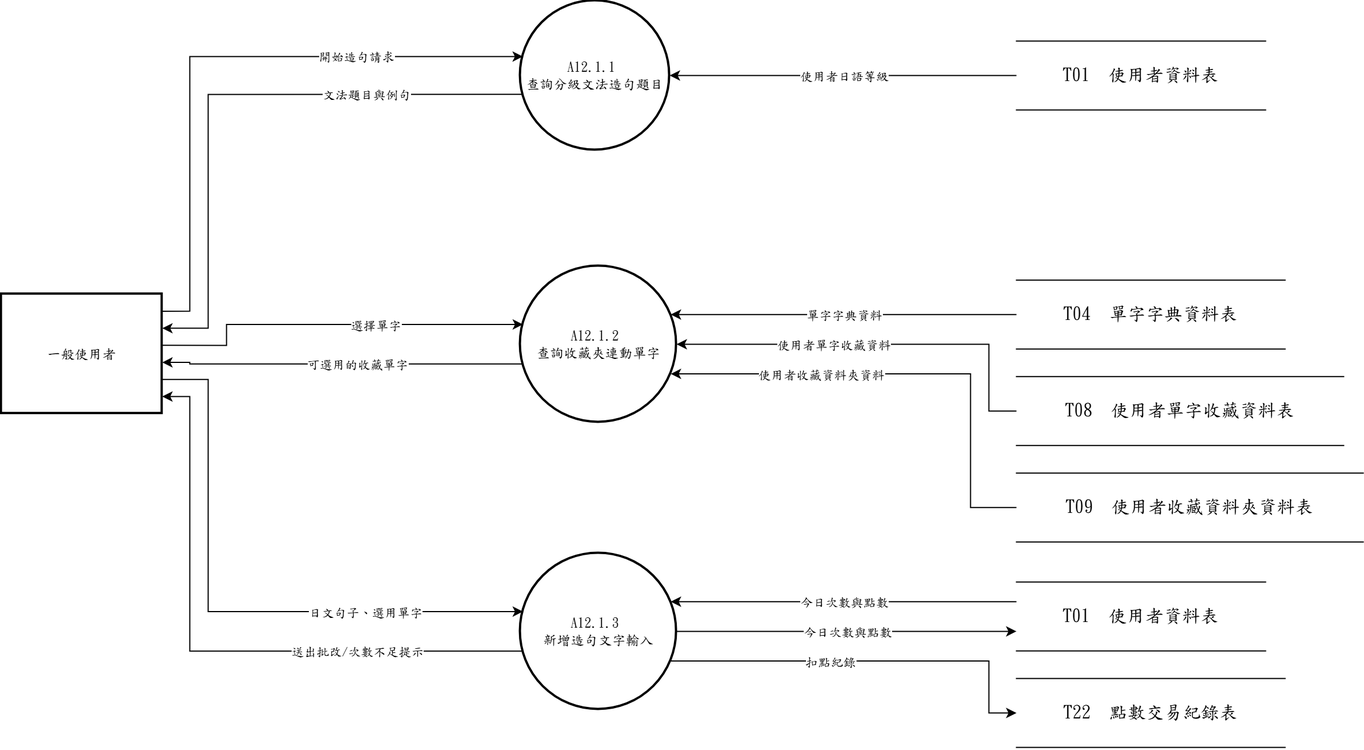
Earlier version of the draw.io export 系統文件/第6章/DFD圖/圖12/圖12-1.drawio.png (s22452007/115502). Source tidied: cells renumbered, new cells last; positions are measured from the earlier drawing's top-left corner, leaving out a move shared by most shapes.
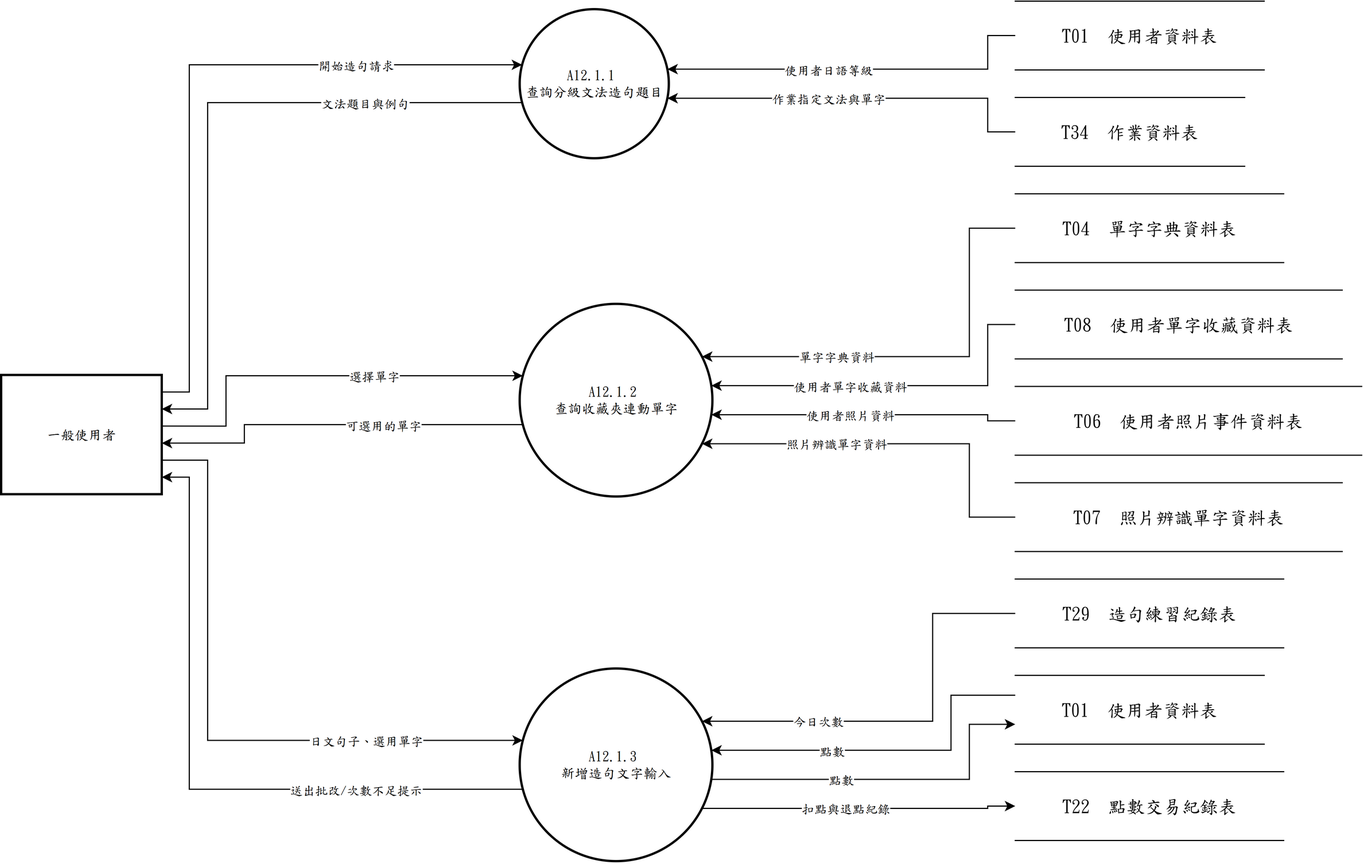
The same file after the commit.

The edit, as a diff of the source:
```diff
@@ -3,157 +3,219 @@
     <mxCell id="0" />
     <mxCell id="1" parent="0" />
     <mxCell id="2" value="A12.1.1&amp;nbsp;&lt;div&gt;查詢分級文法造句題目&lt;/div&gt;" style="ellipse;strokeWidth=2;whiteSpace=wrap;html=1;fontFamily=標楷體;" parent="1" vertex="1">
-      <mxGeometry x="452" width="130" height="130" as="geometry" />
+      <mxGeometry x="452" y="7" width="130" height="130" as="geometry" />
     </mxCell>
     <mxCell id="3" value="A12.1.2&amp;nbsp;&lt;div&gt;查詢收藏夾連動單字&lt;/div&gt;" style="ellipse;strokeWidth=2;whiteSpace=wrap;html=1;fontFamily=標楷體;" parent="1" vertex="1">
-      <mxGeometry x="452" y="231" width="136" height="136" as="geometry" />
+      <mxGeometry x="452" y="264" width="168" height="168" as="geometry" />
     </mxCell>
     <mxCell id="4" value="A12.1.3&amp;nbsp;&lt;div&gt;新增造句文字輸入&lt;/div&gt;" style="ellipse;strokeWidth=2;whiteSpace=wrap;html=1;fontFamily=標楷體;" parent="1" vertex="1">
-      <mxGeometry x="452" y="481" width="136" height="136" as="geometry" />
+      <mxGeometry x="452" y="582" width="168" height="168" as="geometry" />
     </mxCell>
     <mxCell id="5" value="一般使用者" style="whiteSpace=wrap;strokeWidth=2;html=1;fontFamily=標楷體;" parent="1" vertex="1">
-      <mxGeometry y="255.4" width="140" height="104" as="geometry" />
+      <mxGeometry y="326" width="140" height="104" as="geometry" />
     </mxCell>
     <mxCell id="6" value="T01  使用者資料表" style="shape=partialRectangle;whiteSpace=wrap;html=1;left=0;right=0;fontFamily=標楷體;fontSize=16;" parent="1" vertex="1">
-      <mxGeometry x="884" y="35" width="217" height="60" as="geometry" />
+      <mxGeometry x="884" width="217" height="60" as="geometry" />
     </mxCell>
     <mxCell id="7" value="T04  單字字典資料表" style="shape=partialRectangle;whiteSpace=wrap;html=1;left=0;right=0;fontFamily=標楷體;fontSize=16;" parent="1" vertex="1">
-      <mxGeometry x="884" y="243.2" width="234" height="60" as="geometry" />
+      <mxGeometry x="884" y="168" width="234" height="60" as="geometry" />
     </mxCell>
     <mxCell id="8" value="T08  使用者單字收藏資料表" style="shape=partialRectangle;whiteSpace=wrap;html=1;left=0;right=0;fontFamily=標楷體;fontSize=16;" parent="1" vertex="1">
-      <mxGeometry x="884" y="327.2" width="285" height="60" as="geometry" />
+      <mxGeometry x="884" y="252" width="285" height="60" as="geometry" />
     </mxCell>
-    <mxCell id="9" value="T09  使用者收藏資料夾資料表" style="shape=partialRectangle;whiteSpace=wrap;html=1;left=0;right=0;fontFamily=標楷體;fontSize=16;" parent="1" vertex="1">
-      <mxGeometry x="884" y="411.2" width="302" height="60" as="geometry" />
+    <mxCell id="9" value="T06  使用者照片事件資料表" style="shape=partialRectangle;whiteSpace=wrap;html=1;left=0;right=0;fontFamily=標楷體;fontSize=16;" parent="1" vertex="1">
+      <mxGeometry x="884" y="336" width="302" height="60" as="geometry" />
     </mxCell>
     <mxCell id="10" value="T01  使用者資料表" style="shape=partialRectangle;whiteSpace=wrap;html=1;left=0;right=0;fontFamily=標楷體;fontSize=16;" parent="1" vertex="1">
-      <mxGeometry x="884" y="506.1" width="217" height="60" as="geometry" />
+      <mxGeometry x="884" y="588" width="217" height="60" as="geometry" />
     </mxCell>
     <mxCell id="11" value="T22  點數交易紀錄表" style="shape=partialRectangle;whiteSpace=wrap;html=1;left=0;right=0;fontFamily=標楷體;fontSize=16;" parent="1" vertex="1">
-      <mxGeometry x="884" y="590.1" width="234" height="60" as="geometry" />
+      <mxGeometry x="884" y="672" width="234" height="60" as="geometry" />
     </mxCell>
     <mxCell id="12" style="edgeStyle=none;rounded=0;html=1;fontFamily=標楷體;endArrow=classic;exitX=1.0000;exitY=0.1429;exitDx=0;exitDy=0;exitPerimeter=0;entryX=0.0163;entryY=0.3733;entryDx=0;entryDy=0;entryPerimeter=0;" parent="1" edge="1" source="5" target="2">
       <mxGeometry relative="1" as="geometry">
         <Array as="points">
-          <mxPoint x="164" y="270.2" />
-          <mxPoint x="164" y="48.5" />
+          <mxPoint x="164" y="340.9" />
+          <mxPoint x="164" y="55.5" />
         </Array>
       </mxGeometry>
     </mxCell>
     <mxCell id="13" value="開始造句請求" style="edgeLabel;html=1;align=center;verticalAlign=middle;fontFamily=標楷體;" parent="12" vertex="1">
-      <mxGeometry x="0.46" relative="1" as="geometry" />
+      <mxGeometry x="0.52" relative="1" as="geometry" />
     </mxCell>
-    <mxCell id="14" style="edgeStyle=none;rounded=0;html=1;fontFamily=標楷體;endArrow=classic;exitX=0.0000;exitY=0.5000;exitDx=0;exitDy=0;exitPerimeter=0;entryX=1.0000;entryY=0.5000;entryDx=0;entryDy=0;entryPerimeter=0;" parent="1" edge="1" source="6" target="2">
-      <mxGeometry relative="1" as="geometry" />
+    <mxCell id="14" style="edgeStyle=none;rounded=0;html=1;fontFamily=標楷體;endArrow=classic;exitX=0.0000;exitY=0.5000;exitDx=0;exitDy=0;exitPerimeter=0;entryX=0.9904;entryY=0.4026;entryDx=0;entryDy=0;entryPerimeter=0;" parent="1" edge="1" source="6" target="2">
+      <mxGeometry relative="1" as="geometry">
+        <Array as="points">
+          <mxPoint x="860" y="30" />
+          <mxPoint x="860" y="59.3" />
+        </Array>
+      </mxGeometry>
     </mxCell>
     <mxCell id="15" value="使用者日語等級" style="edgeLabel;html=1;align=center;verticalAlign=middle;fontFamily=標楷體;" parent="14" vertex="1">
-      <mxGeometry relative="1" as="geometry" />
+      <mxGeometry x="0.16" relative="1" as="geometry" />
     </mxCell>
     <mxCell id="16" style="edgeStyle=none;rounded=0;html=1;fontFamily=標楷體;endArrow=classic;exitX=0.0163;exitY=0.6267;exitDx=0;exitDy=0;exitPerimeter=0;entryX=1.0000;entryY=0.2857;entryDx=0;entryDy=0;entryPerimeter=0;" parent="1" edge="1" source="2" target="5">
       <mxGeometry relative="1" as="geometry">
         <Array as="points">
-          <mxPoint x="180" y="81.5" />
-          <mxPoint x="180" y="285.1" />
+          <mxPoint x="180" y="88.5" />
+          <mxPoint x="180" y="355.7" />
         </Array>
       </mxGeometry>
     </mxCell>
     <mxCell id="17" value="文法題目與例句" style="edgeLabel;html=1;align=center;verticalAlign=middle;fontFamily=標楷體;" parent="16" vertex="1">
-      <mxGeometry x="-0.47" relative="1" as="geometry" />
+      <mxGeometry x="-0.53" relative="1" as="geometry" />
     </mxCell>
     <mxCell id="18" style="edgeStyle=none;rounded=0;html=1;fontFamily=標楷體;endArrow=classic;exitX=1.0000;exitY=0.4286;exitDx=0;exitDy=0;exitPerimeter=0;entryX=0.0163;entryY=0.3733;entryDx=0;entryDy=0;entryPerimeter=0;" parent="1" edge="1" source="5" target="3">
       <mxGeometry relative="1" as="geometry">
         <Array as="points">
-          <mxPoint x="196" y="300" />
-          <mxPoint x="196" y="281.8" />
+          <mxPoint x="196" y="370.6" />
+          <mxPoint x="196" y="326.7" />
         </Array>
       </mxGeometry>
     </mxCell>
     <mxCell id="19" value="選擇單字" style="edgeLabel;html=1;align=center;verticalAlign=middle;fontFamily=標楷體;" parent="18" vertex="1">
-      <mxGeometry x="0.22" relative="1" as="geometry" />
+      <mxGeometry x="0.28" relative="1" as="geometry" />
     </mxCell>
-    <mxCell id="20" style="edgeStyle=none;rounded=0;html=1;fontFamily=標楷體;endArrow=classic;exitX=0.0000;exitY=0.5000;exitDx=0;exitDy=0;exitPerimeter=0;entryX=1.0000;entryY=0.5000;entryDx=0;entryDy=0;entryPerimeter=0;" parent="1" edge="1" source="8" target="3">
+    <mxCell id="20" style="edgeStyle=none;rounded=0;html=1;fontFamily=標楷體;endArrow=classic;exitX=0.0000;exitY=0.5000;exitDx=0;exitDy=0;exitPerimeter=0;entryX=0.9943;entryY=0.4246;entryDx=0;entryDy=0;entryPerimeter=0;" parent="1" edge="1" source="8" target="3">
       <mxGeometry relative="1" as="geometry">
         <Array as="points">
-          <mxPoint x="860" y="357.2" />
-          <mxPoint x="860" y="299" />
+          <mxPoint x="860" y="282" />
+          <mxPoint x="860" y="335.3" />
         </Array>
       </mxGeometry>
     </mxCell>
     <mxCell id="21" value="使用者單字收藏資料" style="edgeLabel;html=1;align=center;verticalAlign=middle;fontFamily=標楷體;" parent="20" vertex="1">
-      <mxGeometry x="0.23" relative="1" as="geometry" />
+      <mxGeometry x="0.24" relative="1" as="geometry" />
     </mxCell>
-    <mxCell id="22" style="edgeStyle=none;rounded=0;html=1;fontFamily=標楷體;endArrow=classic;exitX=0.0000;exitY=0.5000;exitDx=0;exitDy=0;exitPerimeter=0;entryX=0.9625;entryY=0.6900;entryDx=0;entryDy=0;entryPerimeter=0;" parent="1" edge="1" source="9" target="3">
-      <mxGeometry relative="1" as="geometry">
-        <Array as="points">
-          <mxPoint x="844" y="441.2" />
-          <mxPoint x="844" y="324.8" />
-        </Array>
-      </mxGeometry>
-    </mxCell>
-    <mxCell id="23" value="使用者收藏資料夾資料" style="edgeLabel;html=1;align=center;verticalAlign=middle;fontFamily=標楷體;" parent="22" vertex="1">
-      <mxGeometry x="0.37" relative="1" as="geometry" />
-    </mxCell>
-    <mxCell id="24" style="edgeStyle=none;rounded=0;html=1;fontFamily=標楷體;endArrow=classic;exitX=0.0000;exitY=0.5000;exitDx=0;exitDy=0;exitPerimeter=0;entryX=0.9625;entryY=0.3100;entryDx=0;entryDy=0;entryPerimeter=0;" parent="1" edge="1" source="7" target="3">
-      <mxGeometry relative="1" as="geometry" />
+    <mxCell id="24" style="edgeStyle=none;rounded=0;html=1;fontFamily=標楷體;endArrow=classic;exitX=0.0000;exitY=0.5000;exitDx=0;exitDy=0;exitPerimeter=0;entryX=0.9459;entryY=0.2738;entryDx=0;entryDy=0;entryPerimeter=0;" parent="1" edge="1" source="7" target="3">
+      <mxGeometry relative="1" as="geometry">
+        <Array as="points">
+          <mxPoint x="844" y="198" />
+          <mxPoint x="844" y="310" />
+        </Array>
+      </mxGeometry>
     </mxCell>
     <mxCell id="25" value="單字字典資料" style="edgeLabel;html=1;align=center;verticalAlign=middle;fontFamily=標楷體;" parent="24" vertex="1">
-      <mxGeometry relative="1" as="geometry" />
+      <mxGeometry x="0.4" relative="1" as="geometry" />
     </mxCell>
     <mxCell id="26" style="edgeStyle=none;rounded=0;html=1;fontFamily=標楷體;endArrow=classic;exitX=0.0163;exitY=0.6267;exitDx=0;exitDy=0;exitPerimeter=0;entryX=1.0000;entryY=0.5714;entryDx=0;entryDy=0;entryPerimeter=0;" parent="1" edge="1" source="3" target="5">
       <mxGeometry relative="1" as="geometry">
         <Array as="points">
-          <mxPoint x="164" y="316.2" />
-          <mxPoint x="164" y="314.8" />
+          <mxPoint x="212" y="369.3" />
+          <mxPoint x="212" y="385.4" />
         </Array>
       </mxGeometry>
     </mxCell>
-    <mxCell id="27" value="可選用的收藏單字" style="edgeLabel;html=1;align=center;verticalAlign=middle;fontFamily=標楷體;" parent="26" vertex="1">
-      <mxGeometry x="-0.08" relative="1" as="geometry" />
+    <mxCell id="27" value="可選用的單字" style="edgeLabel;html=1;align=center;verticalAlign=middle;fontFamily=標楷體;" parent="26" vertex="1">
+      <mxGeometry x="-0.27" relative="1" as="geometry" />
     </mxCell>
     <mxCell id="28" style="edgeStyle=none;rounded=0;html=1;fontFamily=標楷體;endArrow=classic;exitX=1.0000;exitY=0.7143;exitDx=0;exitDy=0;exitPerimeter=0;entryX=0.0163;entryY=0.3733;entryDx=0;entryDy=0;entryPerimeter=0;" parent="1" edge="1" source="5" target="4">
       <mxGeometry relative="1" as="geometry">
         <Array as="points">
-          <mxPoint x="180" y="329.7" />
-          <mxPoint x="180" y="531.8" />
+          <mxPoint x="180" y="400.3" />
+          <mxPoint x="180" y="644.7" />
         </Array>
       </mxGeometry>
     </mxCell>
     <mxCell id="29" value="日文句子、選用單字" style="edgeLabel;html=1;align=center;verticalAlign=middle;fontFamily=標楷體;" parent="28" vertex="1">
-      <mxGeometry x="0.47" relative="1" as="geometry" />
+      <mxGeometry x="0.51" relative="1" as="geometry" />
     </mxCell>
-    <mxCell id="30" style="edgeStyle=none;rounded=0;html=1;fontFamily=標楷體;endArrow=classic;exitX=0.0000;exitY=0.2847;exitDx=0;exitDy=0;exitPerimeter=0;entryX=0.9625;entryY=0.3100;entryDx=0;entryDy=0;entryPerimeter=0;" parent="1" edge="1" source="10" target="4">
-      <mxGeometry relative="1" as="geometry" />
+    <mxCell id="30" style="edgeStyle=none;rounded=0;html=1;fontFamily=標楷體;endArrow=classic;exitX=0.0000;exitY=0.2889;exitDx=0;exitDy=0;exitPerimeter=0;entryX=0.9943;entryY=0.4246;entryDx=0;entryDy=0;entryPerimeter=0;" parent="1" edge="1" source="10" target="4">
+      <mxGeometry relative="1" as="geometry">
+        <Array as="points">
+          <mxPoint x="828" y="605.3" />
+          <mxPoint x="828" y="653.3" />
+        </Array>
+      </mxGeometry>
     </mxCell>
-    <mxCell id="31" value="今日次數與點數" style="edgeLabel;html=1;align=center;verticalAlign=middle;fontFamily=標楷體;" parent="30" vertex="1">
-      <mxGeometry relative="1" as="geometry" />
+    <mxCell id="31" value="點數" style="edgeLabel;html=1;align=center;verticalAlign=middle;fontFamily=標楷體;" parent="30" vertex="1">
+      <mxGeometry x="0.33" relative="1" as="geometry" />
     </mxCell>
     <mxCell id="32" style="edgeStyle=none;rounded=0;html=1;fontFamily=標楷體;endArrow=classic;exitX=0.0163;exitY=0.6267;exitDx=0;exitDy=0;exitPerimeter=0;entryX=1.0000;entryY=0.8571;entryDx=0;entryDy=0;entryPerimeter=0;" parent="1" edge="1" source="4" target="5">
       <mxGeometry relative="1" as="geometry">
         <Array as="points">
-          <mxPoint x="164" y="566.2" />
-          <mxPoint x="164" y="344.5" />
+          <mxPoint x="164" y="687.3" />
+          <mxPoint x="164" y="415.1" />
         </Array>
       </mxGeometry>
     </mxCell>
     <mxCell id="33" value="送出批改/次數不足提示" style="edgeLabel;html=1;align=center;verticalAlign=middle;fontFamily=標楷體;" parent="32" vertex="1">
-      <mxGeometry x="-0.46" relative="1" as="geometry" />
+      <mxGeometry x="-0.51" relative="1" as="geometry" />
     </mxCell>
-    <mxCell id="34" style="edgeStyle=none;rounded=0;html=1;fontFamily=標楷體;endArrow=classic;exitX=1.0000;exitY=0.5000;exitDx=0;exitDy=0;exitPerimeter=0;entryX=0.0000;entryY=0.7153;entryDx=0;entryDy=0;entryPerimeter=0;" parent="1" edge="1" source="4" target="10">
-      <mxGeometry relative="1" as="geometry" />
+    <mxCell id="34" style="edgeStyle=none;rounded=0;html=1;fontFamily=標楷體;endArrow=classic;exitX=0.9943;exitY=0.5754;exitDx=0;exitDy=0;exitPerimeter=0;entryX=0.0000;entryY=0.7111;entryDx=0;entryDy=0;entryPerimeter=0;" parent="1" edge="1" source="4" target="10">
+      <mxGeometry relative="1" as="geometry">
+        <Array as="points">
+          <mxPoint x="844" y="678.7" />
+          <mxPoint x="844" y="630.7" />
+        </Array>
+      </mxGeometry>
     </mxCell>
-    <mxCell id="35" value="今日次數與點數" style="edgeLabel;html=1;align=center;verticalAlign=middle;fontFamily=標楷體;" parent="34" vertex="1">
-      <mxGeometry relative="1" as="geometry" />
+    <mxCell id="35" value="點數" style="edgeLabel;html=1;align=center;verticalAlign=middle;fontFamily=標楷體;" parent="34" vertex="1">
+      <mxGeometry x="-0.28" relative="1" as="geometry" />
     </mxCell>
-    <mxCell id="36" style="edgeStyle=none;rounded=0;html=1;fontFamily=標楷體;endArrow=classic;exitX=0.9625;exitY=0.6900;exitDx=0;exitDy=0;exitPerimeter=0;entryX=0.0000;entryY=0.5000;entryDx=0;entryDy=0;entryPerimeter=0;" parent="1" edge="1" source="4" target="11">
+    <mxCell id="36" style="edgeStyle=none;rounded=0;html=1;fontFamily=標楷體;endArrow=classic;exitX=0.9459;exitY=0.7262;exitDx=0;exitDy=0;exitPerimeter=0;entryX=0.0000;entryY=0.5000;entryDx=0;entryDy=0;entryPerimeter=0;" parent="1" edge="1" source="4" target="11">
       <mxGeometry relative="1" as="geometry">
         <Array as="points">
-          <mxPoint x="860" y="574.8" />
-          <mxPoint x="860" y="620.1" />
+          <mxPoint x="860" y="704" />
+          <mxPoint x="860" y="702" />
         </Array>
       </mxGeometry>
     </mxCell>
-    <mxCell id="37" value="扣點紀錄" style="edgeLabel;html=1;align=center;verticalAlign=middle;fontFamily=標楷體;" parent="36" vertex="1">
-      <mxGeometry x="-0.2" relative="1" as="geometry" />
+    <mxCell id="37" value="扣點與退點紀錄" style="edgeLabel;html=1;align=center;verticalAlign=middle;fontFamily=標楷體;" parent="36" vertex="1">
+      <mxGeometry x="-0.1" relative="1" as="geometry" />
     </mxCell>
+    <mxCell id="38" value="T34  作業資料表" style="shape=partialRectangle;whiteSpace=wrap;html=1;left=0;right=0;fontFamily=標楷體;fontSize=16;" parent="1" vertex="1">
+      <mxGeometry x="884" y="84" width="200" height="60" as="geometry" />
+    </mxCell>
+    <mxCell id="39" value="T07  照片辨識單字資料表" style="shape=partialRectangle;whiteSpace=wrap;html=1;left=0;right=0;fontFamily=標楷體;fontSize=16;" parent="1" vertex="1">
+      <mxGeometry x="884" y="420" width="285" height="60" as="geometry" />
+    </mxCell>
+    <mxCell id="40" value="T29  造句練習紀錄表" style="shape=partialRectangle;whiteSpace=wrap;html=1;left=0;right=0;fontFamily=標楷體;fontSize=16;" parent="1" vertex="1">
+      <mxGeometry x="884" y="504" width="234" height="60" as="geometry" />
+    </mxCell>
+    <mxCell id="41" style="edgeStyle=none;rounded=0;html=1;fontFamily=標楷體;endArrow=classic;exitX=0.0000;exitY=0.5000;exitDx=0;exitDy=0;exitPerimeter=0;entryX=0.9904;entryY=0.5974;entryDx=0;entryDy=0;entryPerimeter=0;" parent="1" edge="1" source="38" target="2">
+      <mxGeometry relative="1" as="geometry">
+        <Array as="points">
+          <mxPoint x="860" y="114" />
+          <mxPoint x="860" y="84.7" />
+        </Array>
+      </mxGeometry>
+    </mxCell>
+    <mxCell id="42" value="作業指定文法與單字" style="edgeLabel;html=1;align=center;verticalAlign=middle;fontFamily=標楷體;" parent="41" vertex="1">
+      <mxGeometry x="0.16" relative="1" as="geometry" />
+    </mxCell>
+    <mxCell id="22" style="edgeStyle=none;rounded=0;html=1;fontFamily=標楷體;endArrow=classic;exitX=0.0000;exitY=0.5000;exitDx=0;exitDy=0;exitPerimeter=0;entryX=0.9943;entryY=0.5754;entryDx=0;entryDy=0;entryPerimeter=0;" parent="1" edge="1" source="9" target="3">
+      <mxGeometry relative="1" as="geometry">
+        <Array as="points">
+          <mxPoint x="860" y="366" />
+          <mxPoint x="860" y="360.7" />
+        </Array>
+      </mxGeometry>
+    </mxCell>
+    <mxCell id="43" value="使用者照片資料" style="edgeLabel;html=1;align=center;verticalAlign=middle;fontFamily=標楷體;" parent="22" vertex="1">
+      <mxGeometry x="0.11" relative="1" as="geometry" />
+    </mxCell>
+    <mxCell id="44" style="edgeStyle=none;rounded=0;html=1;fontFamily=標楷體;endArrow=classic;exitX=0.0000;exitY=0.5000;exitDx=0;exitDy=0;exitPerimeter=0;entryX=0.9459;entryY=0.7262;entryDx=0;entryDy=0;entryPerimeter=0;" parent="1" edge="1" source="39" target="3">
+      <mxGeometry relative="1" as="geometry">
+        <Array as="points">
+          <mxPoint x="844" y="450" />
+          <mxPoint x="844" y="386" />
+        </Array>
+      </mxGeometry>
+    </mxCell>
+    <mxCell id="45" value="照片辨識單字資料" style="edgeLabel;html=1;align=center;verticalAlign=middle;fontFamily=標楷體;" parent="44" vertex="1">
+      <mxGeometry x="0.31" relative="1" as="geometry" />
+    </mxCell>
+    <mxCell id="46" style="edgeStyle=none;rounded=0;html=1;fontFamily=標楷體;endArrow=classic;exitX=0.0000;exitY=0.5000;exitDx=0;exitDy=0;exitPerimeter=0;entryX=0.9459;entryY=0.2738;entryDx=0;entryDy=0;entryPerimeter=0;" parent="1" edge="1" source="40" target="4">
+      <mxGeometry relative="1" as="geometry">
+        <Array as="points">
+          <mxPoint x="812" y="534" />
+          <mxPoint x="812" y="628" />
+        </Array>
+      </mxGeometry>
+    </mxCell>
+    <mxCell id="47" value="今日次數" style="edgeLabel;html=1;align=center;verticalAlign=middle;fontFamily=標楷體;" parent="46" vertex="1">
+      <mxGeometry x="0.45" relative="1" as="geometry" />
+    </mxCell>
   </root>
 </mxGraphModel>
```
